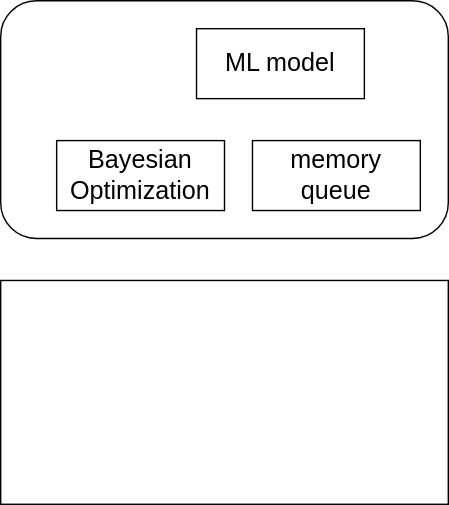
Above: kernel-BO.drawio.svg in Dong-J93/_pictures (draw.io), before the change. Source tidied: cells renumbered, new cells last; positions are measured from the earlier drawing's top-left corner, leaving out a move shared by most shapes. The source it was exported from:
```xml
<mxGraphModel>
  <root>
    <mxCell id="0" />
    <mxCell id="1" parent="0" />
    <mxCell id="2" style="rounded=1;whiteSpace=wrap;html=1;fillColor=none;" parent="1" vertex="1">
      <mxGeometry width="320" height="170" as="geometry" />
    </mxCell>
    <mxCell id="3" style="rounded=0;whiteSpace=wrap;html=1;fillColor=none;" parent="1" vertex="1">
      <mxGeometry y="200" width="320" height="160" as="geometry" />
    </mxCell>
    <mxCell id="4" value="&lt;font style=&quot;font-size: 18px;&quot;&gt;ML model&lt;/font&gt;" style="rounded=0;whiteSpace=wrap;html=1;" parent="1" vertex="1">
      <mxGeometry x="140" y="20" width="120" height="50" as="geometry" />
    </mxCell>
    <mxCell id="5" value="&lt;font style=&quot;font-size: 18px;&quot;&gt;Bayesian&lt;/font&gt;&lt;div&gt;&lt;font style=&quot;font-size: 18px;&quot;&gt;Optimization&lt;/font&gt;&lt;/div&gt;" style="rounded=0;whiteSpace=wrap;html=1;" parent="1" vertex="1">
      <mxGeometry x="40" y="100" width="120" height="50" as="geometry" />
    </mxCell>
    <mxCell id="6" value="&lt;span style=&quot;font-size: 18px;&quot;&gt;memory&lt;/span&gt;&lt;div&gt;&lt;span style=&quot;font-size: 18px;&quot;&gt;queue&lt;/span&gt;&lt;/div&gt;" style="rounded=0;whiteSpace=wrap;html=1;" parent="1" vertex="1">
      <mxGeometry x="180" y="100" width="120" height="50" as="geometry" />
    </mxCell>
  </root>
</mxGraphModel>
```
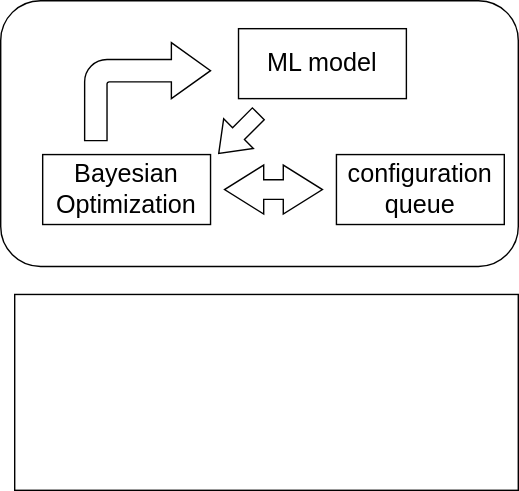
The same file after the commit.

The edit, as a diff of the source:
```diff
@@ -3,19 +3,28 @@
     <mxCell id="0" />
     <mxCell id="1" parent="0" />
     <mxCell id="2" style="rounded=1;whiteSpace=wrap;html=1;fillColor=none;" parent="1" vertex="1">
-      <mxGeometry width="320" height="170" as="geometry" />
+      <mxGeometry x="-10" y="-10" width="370" height="190" as="geometry" />
     </mxCell>
     <mxCell id="3" style="rounded=0;whiteSpace=wrap;html=1;fillColor=none;" parent="1" vertex="1">
-      <mxGeometry y="200" width="320" height="160" as="geometry" />
+      <mxGeometry y="200" width="360" height="140" as="geometry" />
     </mxCell>
     <mxCell id="4" value="&lt;font style=&quot;font-size: 18px;&quot;&gt;ML model&lt;/font&gt;" style="rounded=0;whiteSpace=wrap;html=1;" parent="1" vertex="1">
-      <mxGeometry x="140" y="20" width="120" height="50" as="geometry" />
+      <mxGeometry x="160" y="10" width="120" height="50" as="geometry" />
     </mxCell>
     <mxCell id="5" value="&lt;font style=&quot;font-size: 18px;&quot;&gt;Bayesian&lt;/font&gt;&lt;div&gt;&lt;font style=&quot;font-size: 18px;&quot;&gt;Optimization&lt;/font&gt;&lt;/div&gt;" style="rounded=0;whiteSpace=wrap;html=1;" parent="1" vertex="1">
-      <mxGeometry x="40" y="100" width="120" height="50" as="geometry" />
+      <mxGeometry x="20" y="100" width="120" height="50" as="geometry" />
     </mxCell>
-    <mxCell id="6" value="&lt;span style=&quot;font-size: 18px;&quot;&gt;memory&lt;/span&gt;&lt;div&gt;&lt;span style=&quot;font-size: 18px;&quot;&gt;queue&lt;/span&gt;&lt;/div&gt;" style="rounded=0;whiteSpace=wrap;html=1;" parent="1" vertex="1">
-      <mxGeometry x="180" y="100" width="120" height="50" as="geometry" />
+    <mxCell id="6" value="&lt;span style=&quot;font-size: 18px;&quot;&gt;configuration&lt;/span&gt;&lt;div&gt;&lt;span style=&quot;font-size: 18px;&quot;&gt;queue&lt;/span&gt;&lt;/div&gt;" style="rounded=0;whiteSpace=wrap;html=1;" parent="1" vertex="1">
+      <mxGeometry x="230" y="100" width="120" height="50" as="geometry" />
     </mxCell>
+    <mxCell id="7" style="html=1;shadow=0;dashed=0;align=center;verticalAlign=middle;shape=mxgraph.arrows2.bendArrow;dy=8;dx=28;notch=0;arrowHead=40;rounded=1;" parent="1" vertex="1">
+      <mxGeometry x="50" y="20" width="90" height="70" as="geometry" />
+    </mxCell>
+    <mxCell id="8" style="html=1;shadow=0;dashed=0;align=center;verticalAlign=middle;shape=mxgraph.arrows2.twoWayArrow;dy=0.6;dx=28;" parent="1" vertex="1">
+      <mxGeometry x="150" y="107.5" width="70" height="35" as="geometry" />
+    </mxCell>
+    <mxCell id="9" style="html=1;shadow=0;dashed=0;align=center;verticalAlign=middle;shape=mxgraph.arrows2.arrow;dy=0.6;dx=20;flipH=1;notch=0;rotation=-45;" parent="1" vertex="1">
+      <mxGeometry x="140" y="70" width="40" height="30" as="geometry" />
+    </mxCell>
   </root>
 </mxGraphModel>
```
